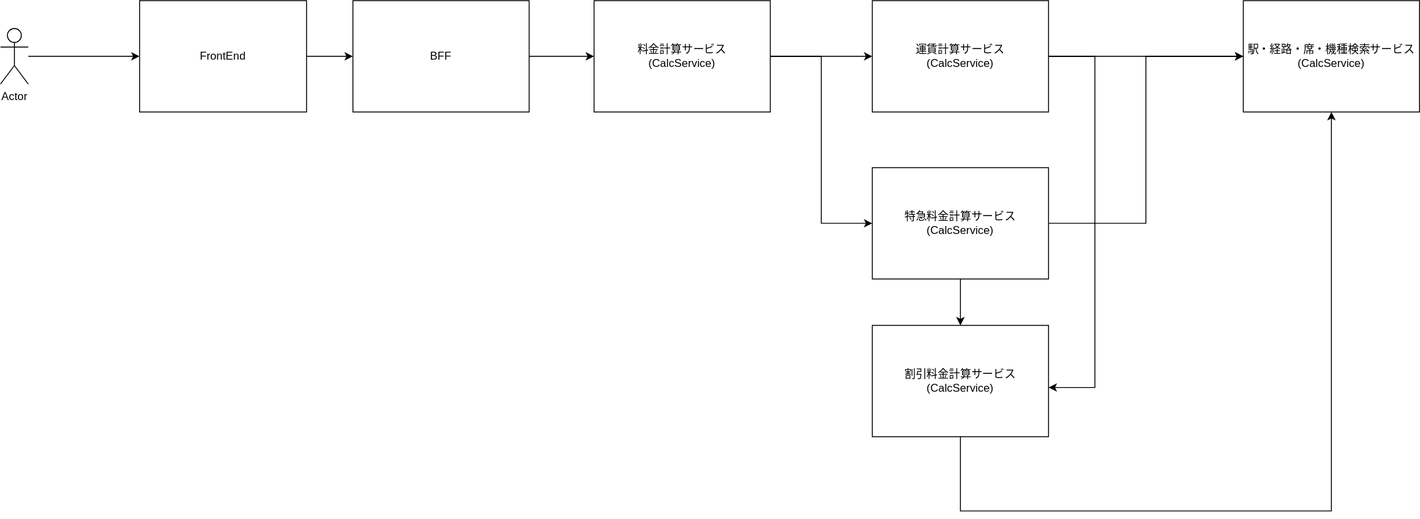
Above: docs/arch/architecture.svg in MikiWaraMiki/kotlin-jr-pricing (draw.io), before the change. Source tidied: cells renumbered, new cells last; positions are measured from the earlier drawing's top-left corner, leaving out a move shared by most shapes.
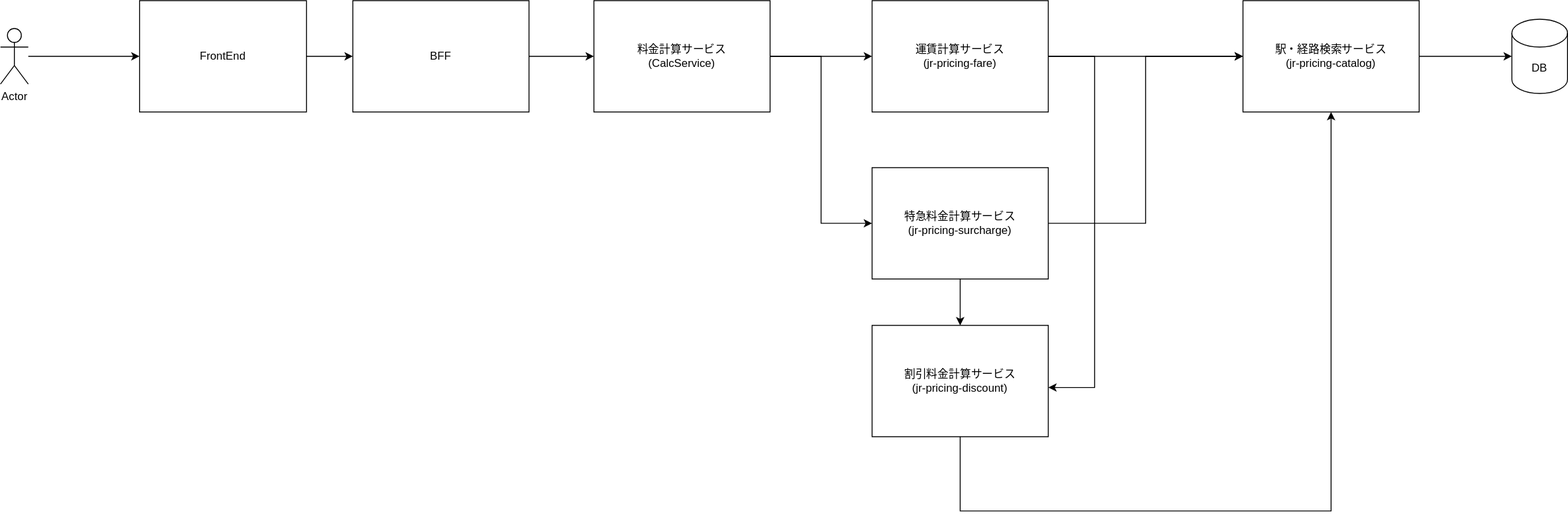
After the change.

Commit message:
add catalog domain model docs

Change to the diagram source:
```diff
@@ -40,7 +40,7 @@
     <mxCell id="12" style="edgeStyle=orthogonalEdgeStyle;rounded=0;jettySize=auto;html=1;" parent="1" edge="1" source="13" target="19">
       <mxGeometry relative="1" as="geometry" />
     </mxCell>
-    <mxCell id="13" value="運賃計算サービス&lt;br&gt;(CalcService)" style="rounded=0;whiteSpace=wrap;html=1;" parent="1" vertex="1">
+    <mxCell id="13" value="運賃計算サービス&lt;br&gt;(jr-pricing-fare)" style="rounded=0;whiteSpace=wrap;html=1;" parent="1" vertex="1">
       <mxGeometry x="940" width="190" height="120" as="geometry" />
     </mxCell>
     <mxCell id="14" style="edgeStyle=orthogonalEdgeStyle;rounded=0;jettySize=auto;html=1;" parent="1" edge="1" source="16" target="18">
@@ -49,7 +49,7 @@
     <mxCell id="15" style="edgeStyle=orthogonalEdgeStyle;rounded=0;jettySize=auto;html=1;entryX=0;entryY=0.5;entryDx=0;entryDy=0;" parent="1" edge="1" source="16" target="19">
       <mxGeometry relative="1" as="geometry" />
     </mxCell>
-    <mxCell id="16" value="特急料金計算サービス&lt;br&gt;(CalcService)" style="rounded=0;whiteSpace=wrap;html=1;" parent="1" vertex="1">
+    <mxCell id="16" value="特急料金計算サービス&lt;br&gt;(jr-pricing-surcharge)" style="rounded=0;whiteSpace=wrap;html=1;" parent="1" vertex="1">
       <mxGeometry x="940" y="180" width="190" height="120" as="geometry" />
     </mxCell>
     <mxCell id="17" style="edgeStyle=orthogonalEdgeStyle;rounded=0;jettySize=auto;html=1;" parent="1" edge="1" source="18" target="19">
@@ -60,11 +60,17 @@
         </Array>
       </mxGeometry>
     </mxCell>
-    <mxCell id="18" value="割引料金計算サービス&lt;br&gt;(CalcService)" style="rounded=0;whiteSpace=wrap;html=1;" parent="1" vertex="1">
+    <mxCell id="18" value="割引料金計算サービス&lt;br&gt;(jr-pricing-discount)" style="rounded=0;whiteSpace=wrap;html=1;" parent="1" vertex="1">
       <mxGeometry x="940" y="350" width="190" height="120" as="geometry" />
     </mxCell>
+    <mxCell id="20" style="edgeStyle=orthogonalEdgeStyle;rounded=0;jettySize=auto;html=1;entryX=0;entryY=0.5;entryDx=0;entryDy=0;entryPerimeter=0;" parent="1" edge="1" source="19" target="21">
+      <mxGeometry relative="1" as="geometry" />
+    </mxCell>
-    <mxCell id="19" value="駅・経路・席・機種検索サービス&lt;br&gt;(CalcService)" style="rounded=0;whiteSpace=wrap;html=1;" parent="1" vertex="1">
+    <mxCell id="19" value="駅・経路検索サービス&lt;br&gt;(jr-pricing-catalog)" style="rounded=0;whiteSpace=wrap;html=1;" parent="1" vertex="1">
       <mxGeometry x="1340" width="190" height="120" as="geometry" />
     </mxCell>
+    <mxCell id="21" value="DB" style="shape=cylinder3;whiteSpace=wrap;html=1;boundedLbl=1;backgroundOutline=1;size=15;" parent="1" vertex="1">
+      <mxGeometry x="1630" y="20" width="60" height="80" as="geometry" />
+    </mxCell>
   </root>
 </mxGraphModel>
```
